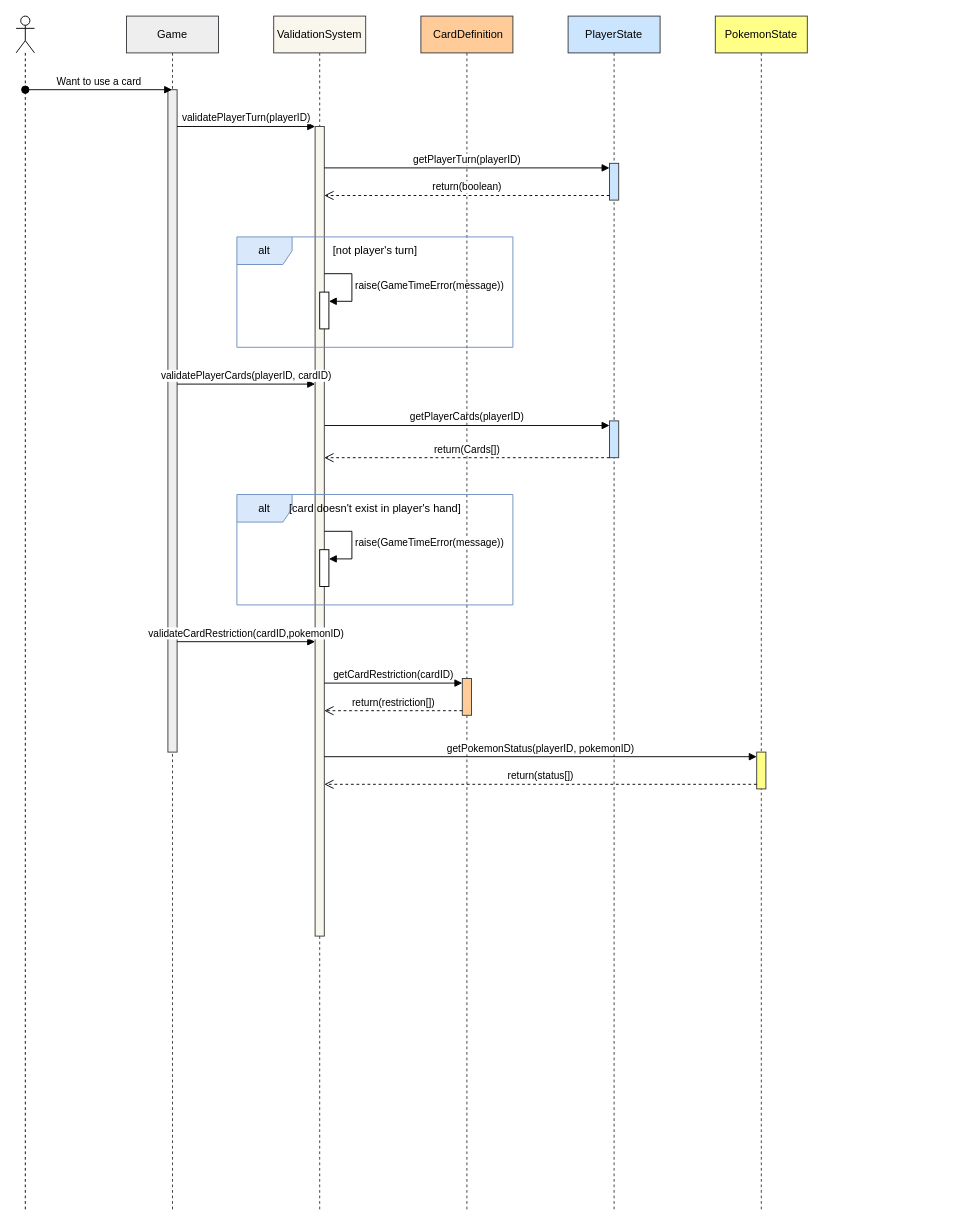
The draw.io diagram planning/game mechanics/UsingCard.drawio in Crythemoon/PokemonBoardGame, before the edit. Source tidied: cells renumbered, new cells numbered last; positions are measured from the earlier drawing's top-left corner, leaving out a move shared by most shapes. Both pictures are drawn from the tidied source at 92%, with x=0, y=0 at pixel (16, 16).
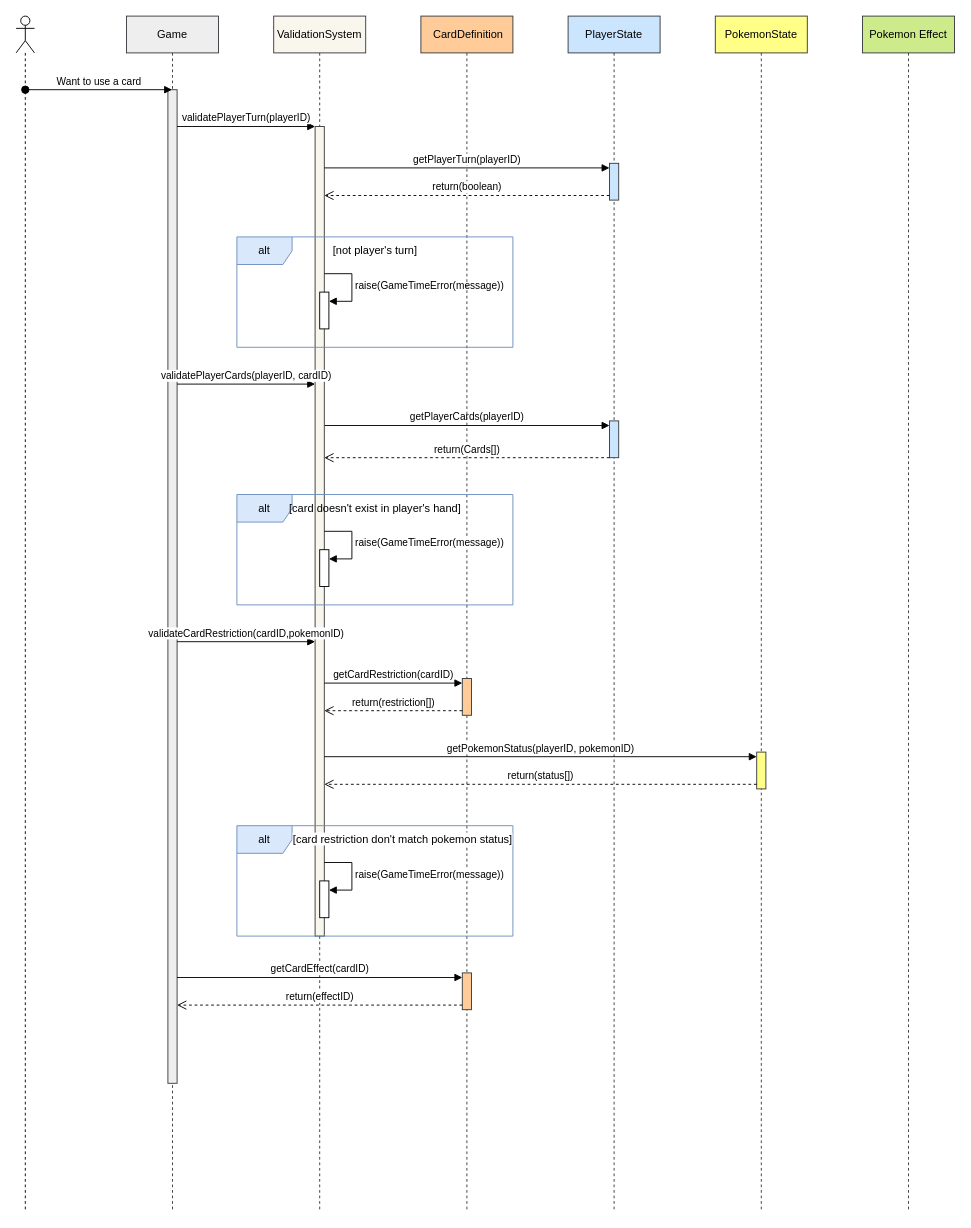
The same diagram, later.

Unchanged cells that the change refers to:
```xml
<mxCell id="3" value="Game" style="shape=umlLifeline;perimeter=lifelinePerimeter;whiteSpace=wrap;html=1;outlineConnect=0;portConstraint=eastwest;newEdgeStyle={&quot;curved&quot;:0,&quot;rounded&quot;:0};fillColor=#eeeeee;strokeColor=#36393d;" parent="1" vertex="1">
  <mxGeometry x="120" width="100" height="1300" as="geometry" />
</mxCell>
<mxCell id="11" value="&amp;nbsp;CardDefinition" style="shape=umlLifeline;perimeter=lifelinePerimeter;whiteSpace=wrap;html=1;newEdgeStyle={&quot;curved&quot;:0,&quot;rounded&quot;:0};fillColor=#ffcc99;strokeColor=#36393d;" parent="1" vertex="1">
  <mxGeometry x="440" width="100" height="1300" as="geometry" />
</mxCell>
```

Change to the diagram source:
```diff
@@
     <mxCell id="4" style="html=1;points=[[0,0,0,0,5],[0,1,0,0,-5],[1,0,0,0,5],[1,1,0,0,-5]];perimeter=orthogonalPerimeter;outlineConnect=0;targetShapes=umlLifeline;portConstraint=eastwest;newEdgeStyle={&quot;curved&quot;:0,&quot;rounded&quot;:0};fillColor=#eeeeee;strokeColor=#36393d;" parent="3" vertex="1">
-      <mxGeometry x="45" y="80" width="10" height="720" as="geometry" />
+      <mxGeometry x="45" y="80" width="10" height="1080" as="geometry" />
     </mxCell>
@@
+    <mxCell id="34" style="html=1;points=[[0,0,0,0,5],[0,1,0,0,-5],[1,0,0,0,5],[1,1,0,0,-5]];perimeter=orthogonalPerimeter;outlineConnect=0;targetShapes=umlLifeline;portConstraint=eastwest;newEdgeStyle={&quot;curved&quot;:0,&quot;rounded&quot;:0};fillColor=#ffcc99;strokeColor=#36393d;" parent="11" vertex="1">
+      <mxGeometry x="45" y="1040" width="10" height="40" as="geometry" />
+    </mxCell>
@@
+    <mxCell id="35" value="alt" style="shape=umlFrame;whiteSpace=wrap;html=1;fillColor=#dae8fc;strokeColor=#6c8ebf;" parent="1" vertex="1">
+      <mxGeometry x="240" y="880" width="300" height="120" as="geometry" />
+    </mxCell>
+    <mxCell id="36" value="&lt;span style=&quot;background-color: light-dark(#ffffff, var(--ge-dark-color, #121212));&quot;&gt;[card restriction don't match pokemon status]&lt;/span&gt;" style="text;html=1;align=center;verticalAlign=middle;strokeColor=none;fillColor=none;" parent="1" vertex="1">
+      <mxGeometry x="290" y="880" width="260" height="30" as="geometry" />
+    </mxCell>
+    <mxCell id="37" style="html=1;points=[[0,0,0,0,5],[0,1,0,0,-5],[1,0,0,0,5],[1,1,0,0,-5]];perimeter=orthogonalPerimeter;outlineConnect=0;targetShapes=umlLifeline;portConstraint=eastwest;newEdgeStyle={&quot;curved&quot;:0,&quot;rounded&quot;:0};" parent="1" vertex="1">
+      <mxGeometry x="330" y="940" width="10" height="40" as="geometry" />
+    </mxCell>
+    <mxCell id="38" value="raise(GameTimeError(message))" style="html=1;align=left;spacingLeft=2;endArrow=block;rounded=0;edgeStyle=orthogonalEdgeStyle;curved=0;rounded=0;" parent="1" edge="1" target="37">
+      <mxGeometry relative="1" as="geometry">
+        <mxPoint x="335" y="920" as="sourcePoint" />
+        <Array as="points">
+          <mxPoint x="365" y="950" />
+        </Array>
+      </mxGeometry>
+    </mxCell>
+    <mxCell id="39" value="getCardEffect(cardID)" style="html=1;verticalAlign=bottom;endArrow=block;curved=0;rounded=0;entryX=0;entryY=0;entryDx=0;entryDy=5;" parent="1" edge="1" source="4" target="34">
+      <mxGeometry relative="1" as="geometry" />
+    </mxCell>
+    <mxCell id="40" value="return(effectID)" style="html=1;verticalAlign=bottom;endArrow=open;dashed=1;endSize=8;curved=0;rounded=0;exitX=0;exitY=1;exitDx=0;exitDy=-5;" parent="1" edge="1" source="34" target="4">
+      <mxGeometry relative="1" as="geometry" />
+    </mxCell>
+    <mxCell id="41" value="Pokemon Effect" style="shape=umlLifeline;perimeter=lifelinePerimeter;whiteSpace=wrap;html=1;newEdgeStyle={&quot;curved&quot;:0,&quot;rounded&quot;:0};fillColor=#cdeb8b;strokeColor=#36393d;" parent="1" vertex="1">
+      <mxGeometry x="920" width="100" height="1300" as="geometry" />
+    </mxCell>
```
